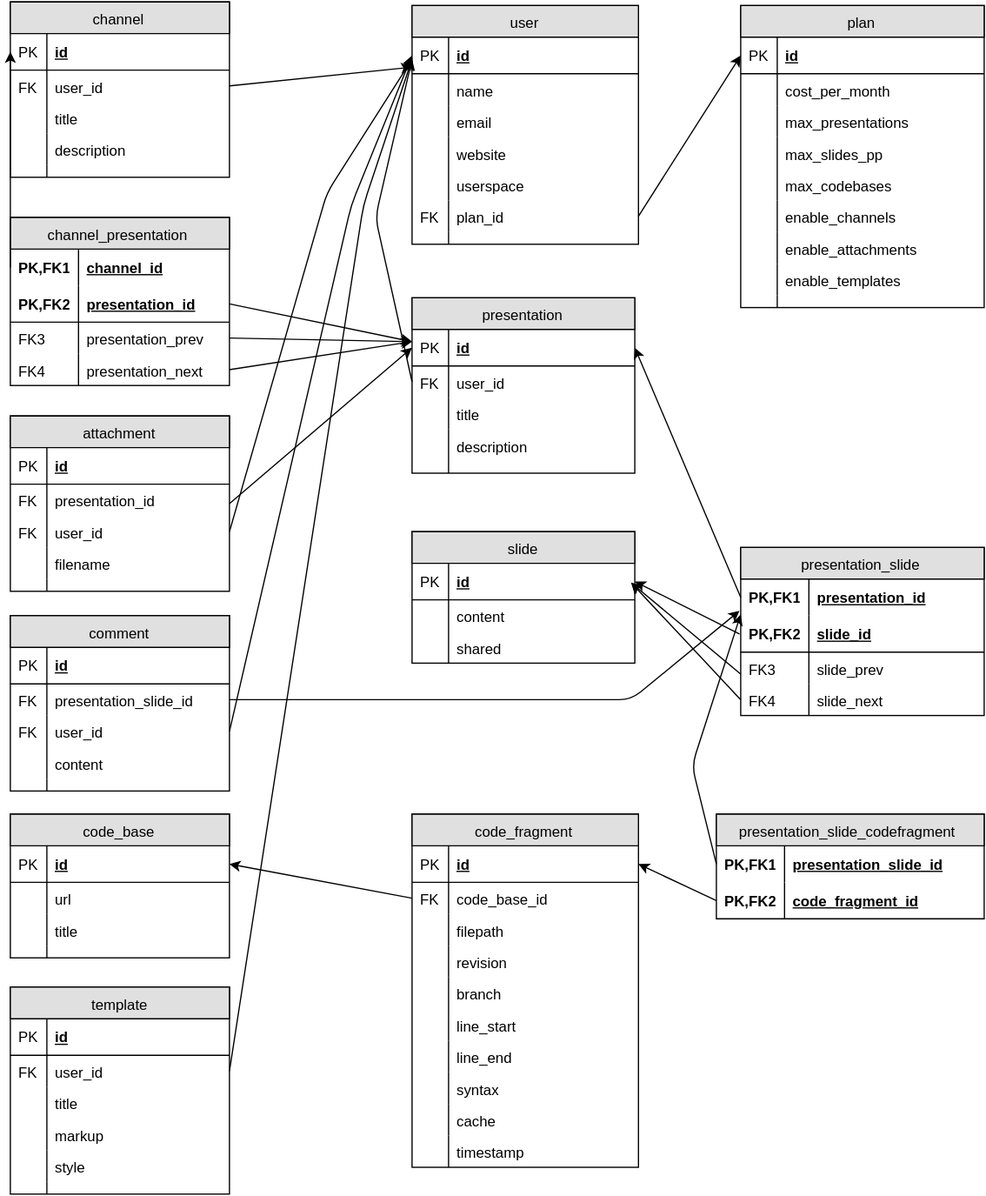
roob1n/ch.bfh.proj2.presentator3000 keeps this draw.io diagram as docs/images/erm.svg. Above is the earlier version. Source tidied: cells renumbered, new cells last; positions are measured from the earlier drawing's top-left corner, leaving out a move shared by most shapes.
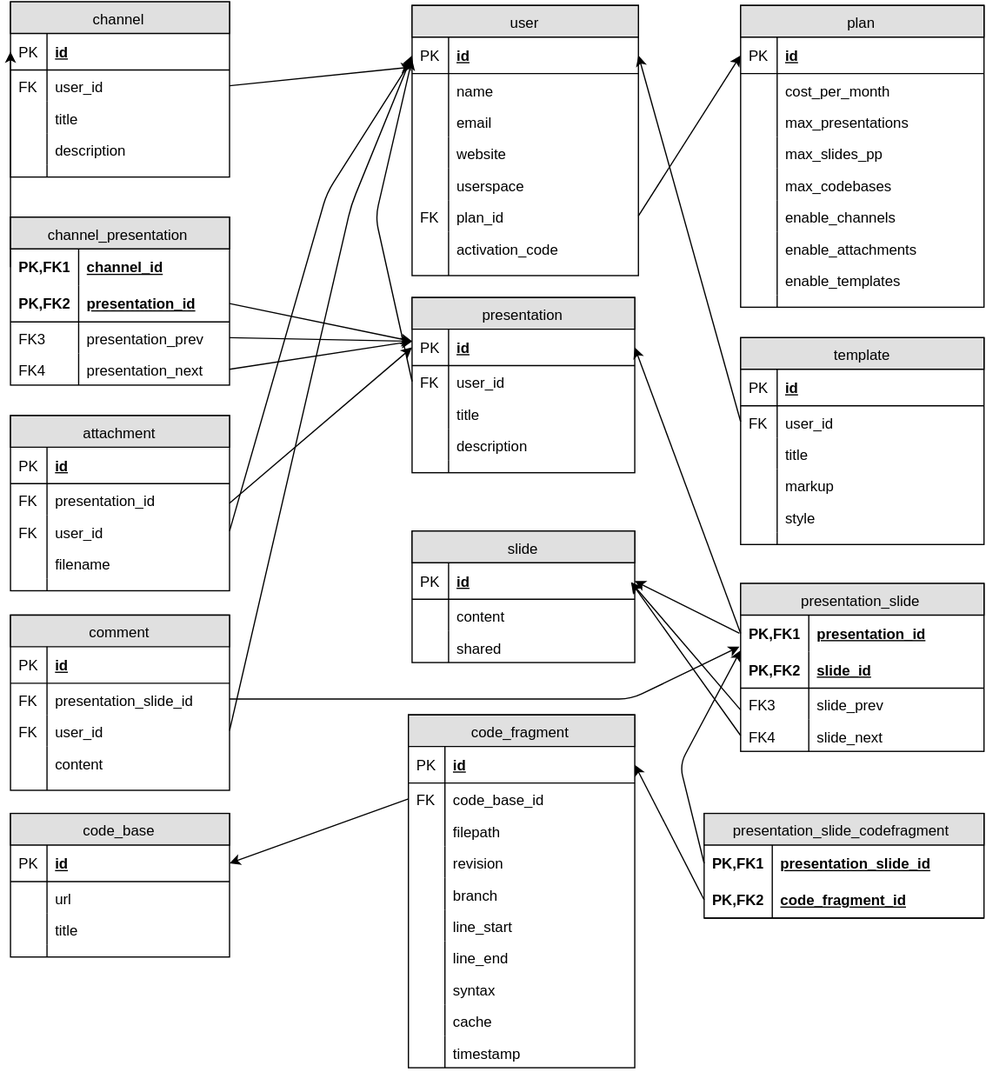
After the change.

Commit message:
use case descriptions

What changed in the source:
```diff
@@ -153,7 +153,7 @@
       <mxGeometry width="30" height="10" as="geometry" />
     </mxCell>
     <mxCell id="52" value="presentation_slide" style="swimlane;html=1;fontStyle=0;horizontal=1;startSize=26;fillColor=#e0e0e0;swimlaneFillColor=#ffffff;align=center;" parent="1" vertex="1">
-      <mxGeometry x="600" y="448" width="200" height="138" as="geometry" />
+      <mxGeometry x="600" y="478" width="200" height="138" as="geometry" />
     </mxCell>
     <mxCell id="53" value="presentation_id" style="shape=partialRectangle;top=0;left=0;right=0;bottom=0;html=1;align=left;verticalAlign=middle;fillColor=none;spacingLeft=60;spacingRight=4;whiteSpace=wrap;overflow=hidden;points=[[0,0.5],[1,0.5]];portConstraint=eastwest;fontStyle=5;" parent="52" vertex="1">
       <mxGeometry y="26" width="200" height="30" as="geometry" />
@@ -201,7 +201,7 @@
       <mxGeometry width="30" height="26" as="geometry" />
     </mxCell>
     <mxCell id="68" value="user" style="swimlane;html=1;fontStyle=0;horizontal=1;startSize=26;fillColor=#e0e0e0;swimlaneFillColor=#ffffff;align=center;" parent="1" vertex="1">
-      <mxGeometry x="330" y="3" width="186" height="196" as="geometry" />
+      <mxGeometry x="330" y="3" width="186" height="222" as="geometry" />
     </mxCell>
     <mxCell id="69" value="id" style="shape=partialRectangle;top=0;left=0;right=0;bottom=1;html=1;align=left;verticalAlign=middle;fillColor=none;spacingLeft=34;spacingRight=4;whiteSpace=wrap;overflow=hidden;points=[[0,0.5],[1,0.5]];portConstraint=eastwest;fontStyle=5;" parent="68" vertex="1">
       <mxGeometry y="26" width="186" height="30" as="geometry" />
@@ -239,29 +239,35 @@
     <mxCell id="80" value="FK" style="shape=partialRectangle;top=0;left=0;bottom=0;html=1;fillColor=none;align=left;verticalAlign=top;spacingLeft=4;spacingRight=4;whiteSpace=wrap;overflow=hidden;" parent="79" vertex="1">
       <mxGeometry width="30" height="26" as="geometry" />
     </mxCell>
+    <mxCell id="172" value="activation_code" style="shape=partialRectangle;top=0;left=0;right=0;bottom=0;html=1;align=left;verticalAlign=top;fillColor=none;spacingLeft=34;spacingRight=4;whiteSpace=wrap;overflow=hidden;" parent="68" vertex="1">
+      <mxGeometry y="186" width="186" height="26" as="geometry" />
+    </mxCell>
+    <mxCell id="173" style="shape=partialRectangle;top=0;left=0;bottom=0;html=1;fillColor=none;align=left;verticalAlign=top;spacingLeft=4;spacingRight=4;whiteSpace=wrap;overflow=hidden;" parent="172" vertex="1">
+      <mxGeometry width="30" height="26" as="geometry" />
+    </mxCell>
     <mxCell id="81" style="shape=partialRectangle;top=0;left=0;right=0;bottom=0;html=1;align=left;verticalAlign=top;fillColor=none;spacingLeft=34;spacingRight=4;whiteSpace=wrap;overflow=hidden;" parent="68" vertex="1">
-      <mxGeometry y="186" width="186" height="10" as="geometry" />
+      <mxGeometry y="212" width="186" height="10" as="geometry" />
     </mxCell>
     <mxCell id="82" style="shape=partialRectangle;top=0;left=0;bottom=0;html=1;fillColor=none;align=left;verticalAlign=top;spacingLeft=4;spacingRight=4;whiteSpace=wrap;overflow=hidden;" parent="81" vertex="1">
       <mxGeometry width="30" height="10" as="geometry" />
     </mxCell>
     <mxCell id="83" value="presentation_slide_codefragment" style="swimlane;html=1;fontStyle=0;horizontal=1;startSize=26;fillColor=#e0e0e0;swimlaneFillColor=#ffffff;align=center;" parent="1" vertex="1">
-      <mxGeometry x="580" y="667" width="220" height="86" as="geometry" />
+      <mxGeometry x="570" y="667" width="230" height="86" as="geometry" />
     </mxCell>
     <mxCell id="84" value="presentation_slide_id" style="shape=partialRectangle;top=0;left=0;right=0;bottom=0;html=1;align=left;verticalAlign=middle;fillColor=none;spacingLeft=60;spacingRight=4;whiteSpace=wrap;overflow=hidden;points=[[0,0.5],[1,0.5]];portConstraint=eastwest;fontStyle=5;" parent="83" vertex="1">
-      <mxGeometry y="26" width="220" height="30" as="geometry" />
+      <mxGeometry y="26" width="230" height="30" as="geometry" />
     </mxCell>
     <mxCell id="85" value="PK,FK1" style="shape=partialRectangle;fontStyle=1;top=0;left=0;bottom=0;html=1;fillColor=none;align=left;verticalAlign=middle;spacingLeft=4;spacingRight=4;whiteSpace=wrap;overflow=hidden;" parent="84" vertex="1">
       <mxGeometry width="56" height="30" as="geometry" />
     </mxCell>
     <mxCell id="86" value="code_fragment_id" style="shape=partialRectangle;top=0;left=0;right=0;bottom=1;html=1;align=left;verticalAlign=middle;fillColor=none;spacingLeft=60;spacingRight=4;whiteSpace=wrap;overflow=hidden;points=[[0,0.5],[1,0.5]];portConstraint=eastwest;fontStyle=5;" parent="83" vertex="1">
-      <mxGeometry y="56" width="220" height="30" as="geometry" />
+      <mxGeometry y="56" width="230" height="30" as="geometry" />
     </mxCell>
     <mxCell id="87" value="PK,FK2" style="shape=partialRectangle;fontStyle=1;top=0;left=0;bottom=0;html=1;fillColor=none;align=left;verticalAlign=middle;spacingLeft=4;spacingRight=4;whiteSpace=wrap;overflow=hidden;" parent="86" vertex="1">
       <mxGeometry width="56" height="30" as="geometry" />
     </mxCell>
     <mxCell id="88" value="code_fragment" style="swimlane;html=1;fontStyle=0;horizontal=1;startSize=26;fillColor=#e0e0e0;swimlaneFillColor=#ffffff;align=center;" parent="1" vertex="1">
-      <mxGeometry x="330" y="667" width="186" height="290" as="geometry" />
+      <mxGeometry x="327" y="586" width="186" height="290" as="geometry" />
     </mxCell>
     <mxCell id="89" value="id" style="shape=partialRectangle;top=0;left=0;right=0;bottom=1;html=1;align=left;verticalAlign=middle;fillColor=none;spacingLeft=34;spacingRight=4;whiteSpace=wrap;overflow=hidden;points=[[0,0.5],[1,0.5]];portConstraint=eastwest;fontStyle=5;" parent="88" vertex="1">
       <mxGeometry y="26" width="186" height="30" as="geometry" />
@@ -439,7 +445,7 @@
     <mxCell id="144" style="endArrow=classic;html=1;exitX=0;exitY=0.5;entryX=0;entryY=-0.033;entryPerimeter=0;" parent="1" edge="1" source="84" target="55">
       <mxGeometry relative="1" as="geometry">
         <Array as="points">
-          <mxPoint x="560" y="627" />
+          <mxPoint x="550" y="627" />
         </Array>
       </mxGeometry>
     </mxCell>
@@ -501,55 +507,52 @@
         <mxPoint x="180" y="302" as="sourcePoint" />
       </mxGeometry>
     </mxCell>
-    <mxCell id="157" style="endArrow=classic;html=1;exitX=0;exitY=0.5;entryX=1;entryY=0.5;" parent="1" edge="1" source="53" target="42">
-      <mxGeometry relative="1" as="geometry" />
+    <mxCell id="157" style="endArrow=classic;html=1;entryX=1;entryY=0.5;" parent="1" edge="1" target="42">
+      <mxGeometry relative="1" as="geometry">
+        <mxPoint x="600" y="519" as="sourcePoint" />
+      </mxGeometry>
     </mxCell>
     <mxCell id="158" value="template" style="swimlane;html=1;fontStyle=0;horizontal=1;startSize=26;fillColor=#e0e0e0;swimlaneFillColor=#ffffff;align=center;" parent="1" vertex="1">
-      <mxGeometry y="809" width="180" height="170" as="geometry" />
+      <mxGeometry x="600" y="276" width="200" height="170" as="geometry" />
     </mxCell>
     <mxCell id="159" value="id" style="shape=partialRectangle;top=0;left=0;right=0;bottom=1;html=1;align=left;verticalAlign=middle;fillColor=none;spacingLeft=34;spacingRight=4;whiteSpace=wrap;overflow=hidden;fontStyle=5;" parent="158" vertex="1">
-      <mxGeometry y="26" width="180" height="30" as="geometry" />
+      <mxGeometry y="26" width="200" height="30" as="geometry" />
     </mxCell>
     <mxCell id="160" value="PK" style="shape=partialRectangle;top=0;left=0;bottom=0;html=1;fillColor=none;align=left;verticalAlign=middle;spacingLeft=4;spacingRight=4;whiteSpace=wrap;overflow=hidden;" parent="159" vertex="1">
       <mxGeometry width="30" height="30" as="geometry" />
     </mxCell>
     <mxCell id="161" value="user_id" style="shape=partialRectangle;top=0;left=0;right=0;bottom=0;html=1;align=left;verticalAlign=top;fillColor=none;spacingLeft=34;spacingRight=4;whiteSpace=wrap;overflow=hidden;points=[[0,0.5],[1,0.5]];portConstraint=eastwest;" parent="158" vertex="1">
-      <mxGeometry y="56" width="180" height="26" as="geometry" />
+      <mxGeometry y="56" width="200" height="26" as="geometry" />
     </mxCell>
     <mxCell id="162" value="FK" style="shape=partialRectangle;top=0;left=0;bottom=0;html=1;fillColor=none;align=left;verticalAlign=top;spacingLeft=4;spacingRight=4;whiteSpace=wrap;overflow=hidden;" parent="161" vertex="1">
       <mxGeometry width="30" height="26" as="geometry" />
     </mxCell>
     <mxCell id="163" value="title" style="shape=partialRectangle;top=0;left=0;right=0;bottom=0;html=1;align=left;verticalAlign=top;fillColor=none;spacingLeft=34;spacingRight=4;whiteSpace=wrap;overflow=hidden;" parent="158" vertex="1">
-      <mxGeometry y="82" width="180" height="26" as="geometry" />
+      <mxGeometry y="82" width="200" height="26" as="geometry" />
     </mxCell>
     <mxCell id="164" style="shape=partialRectangle;top=0;left=0;bottom=0;html=1;fillColor=none;align=left;verticalAlign=top;spacingLeft=4;spacingRight=4;whiteSpace=wrap;overflow=hidden;" parent="163" vertex="1">
       <mxGeometry width="30" height="26" as="geometry" />
     </mxCell>
     <mxCell id="165" value="markup" style="shape=partialRectangle;top=0;left=0;right=0;bottom=0;html=1;align=left;verticalAlign=top;fillColor=none;spacingLeft=34;spacingRight=4;whiteSpace=wrap;overflow=hidden;" parent="158" vertex="1">
-      <mxGeometry y="108" width="180" height="26" as="geometry" />
+      <mxGeometry y="108" width="200" height="26" as="geometry" />
     </mxCell>
     <mxCell id="166" style="shape=partialRectangle;top=0;left=0;bottom=0;html=1;fillColor=none;align=left;verticalAlign=top;spacingLeft=4;spacingRight=4;whiteSpace=wrap;overflow=hidden;" parent="165" vertex="1">
       <mxGeometry width="30" height="26" as="geometry" />
     </mxCell>
     <mxCell id="167" value="style" style="shape=partialRectangle;top=0;left=0;right=0;bottom=0;html=1;align=left;verticalAlign=top;fillColor=none;spacingLeft=34;spacingRight=4;whiteSpace=wrap;overflow=hidden;" parent="158" vertex="1">
-      <mxGeometry y="134" width="180" height="26" as="geometry" />
+      <mxGeometry y="134" width="200" height="26" as="geometry" />
     </mxCell>
     <mxCell id="168" style="shape=partialRectangle;top=0;left=0;bottom=0;html=1;fillColor=none;align=left;verticalAlign=top;spacingLeft=4;spacingRight=4;whiteSpace=wrap;overflow=hidden;" parent="167" vertex="1">
       <mxGeometry width="30" height="26" as="geometry" />
     </mxCell>
     <mxCell id="169" style="shape=partialRectangle;top=0;left=0;right=0;bottom=0;html=1;align=left;verticalAlign=top;fillColor=none;spacingLeft=34;spacingRight=4;whiteSpace=wrap;overflow=hidden;" parent="158" vertex="1">
-      <mxGeometry y="160" width="180" height="10" as="geometry" />
+      <mxGeometry y="160" width="200" height="10" as="geometry" />
     </mxCell>
     <mxCell id="170" style="shape=partialRectangle;top=0;left=0;bottom=0;html=1;fillColor=none;align=left;verticalAlign=top;spacingLeft=4;spacingRight=4;whiteSpace=wrap;overflow=hidden;" parent="169" vertex="1">
       <mxGeometry width="30" height="10" as="geometry" />
     </mxCell>
-    <mxCell id="171" style="endArrow=classic;html=1;exitX=1;exitY=0.5;" parent="1" edge="1" source="161">
-      <mxGeometry relative="1" as="geometry">
-        <mxPoint x="330" y="47" as="targetPoint" />
-        <Array as="points">
-          <mxPoint x="290" y="167" />
-        </Array>
-      </mxGeometry>
+    <mxCell id="171" style="endArrow=classic;html=1;exitX=0;exitY=0.5;entryX=1;entryY=0.5;" parent="1" edge="1" source="161" target="69">
+      <mxGeometry relative="1" as="geometry" />
     </mxCell>
   </root>
 </mxGraphModel>
```
